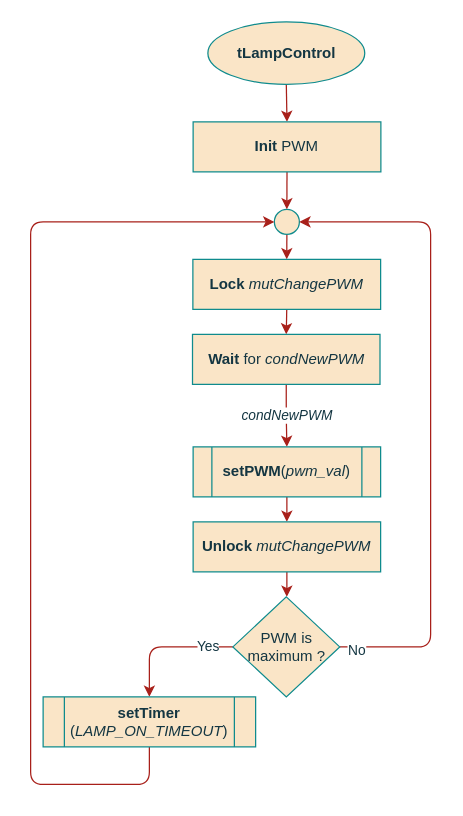
The draw.io diagram page "tLampControl" (11 of 12) of project/report/flowcharts/tLampControl.drawio in ESRGgroup9/slipad, before the edit. Source tidied: cells renumbered, new cells numbered last; positions are measured from the earlier drawing's top-left corner, leaving out a move shared by most shapes. Both pictures are drawn from the tidied source at 125%, with x=0, y=0 at pixel (30, 21).
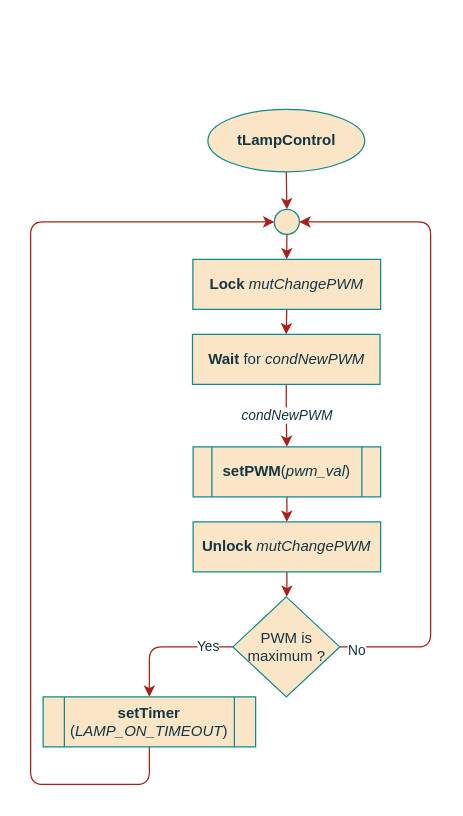
The same page after the edit.

The change refers to these unchanged cells:
```xml
<mxCell id="5" style="ellipse;whiteSpace=wrap;html=1;rounded=0;sketch=0;fontColor=#143642;strokeColor=#0F8B8D;fillColor=#FAE5C7;" parent="1" vertex="1">
  <mxGeometry x="195" y="150" width="20" height="20" as="geometry" />
</mxCell>
```

What changed in the source:
```diff
@@
-    <mxCell id="2" style="edgeStyle=orthogonalEdgeStyle;rounded=1;sketch=0;jettySize=auto;html=1;exitX=0.5;exitY=1;exitDx=0;exitDy=0;entryX=0.5;entryY=0;entryDx=0;entryDy=0;fontColor=#143642;strokeColor=#A8201A;fillColor=#FAE5C7;" parent="1" edge="1" source="3" target="22">
-      <mxGeometry relative="1" as="geometry" />
-    </mxCell>
+    <mxCell id="23" style="edgeStyle=orthogonalEdgeStyle;curved=0;rounded=1;sketch=0;jettySize=auto;html=1;exitX=0.5;exitY=1;exitDx=0;exitDy=0;entryX=0.5;entryY=0;entryDx=0;entryDy=0;fontColor=#143642;strokeColor=#A8201A;fillColor=#FAE5C7;" parent="1" edge="1" source="3" target="5">
+      <mxGeometry relative="1" as="geometry" />
+    </mxCell>
     <mxCell id="3" value="tLampControl" style="ellipse;whiteSpace=wrap;html=1;fillColor=#FAE5C7;strokeColor=#0F8B8D;fontColor=#143642;fontStyle=1;" parent="1" vertex="1">
-      <mxGeometry x="141.8" width="125.5" height="50" as="geometry" />
+      <mxGeometry x="141.8" y="70" width="125.5" height="50" as="geometry" />
     </mxCell>
@@
-    <mxCell id="21" style="edgeStyle=orthogonalEdgeStyle;rounded=1;sketch=0;jettySize=auto;html=1;exitX=0.5;exitY=1;exitDx=0;exitDy=0;entryX=0.5;entryY=0;entryDx=0;entryDy=0;fontColor=#143642;strokeColor=#A8201A;fillColor=#FAE5C7;" parent="1" edge="1" source="22" target="5">
-      <mxGeometry relative="1" as="geometry" />
-    </mxCell>
-    <mxCell id="22" value="&lt;b&gt;Init &lt;/b&gt;PWM&lt;b&gt;&lt;br&gt;&lt;/b&gt;" style="rounded=0;whiteSpace=wrap;html=1;sketch=0;fontColor=#143642;strokeColor=#0F8B8D;fillColor=#FAE5C7;" parent="1" vertex="1">
-      <mxGeometry x="130" y="80" width="150.2" height="40" as="geometry" />
-    </mxCell>
```
